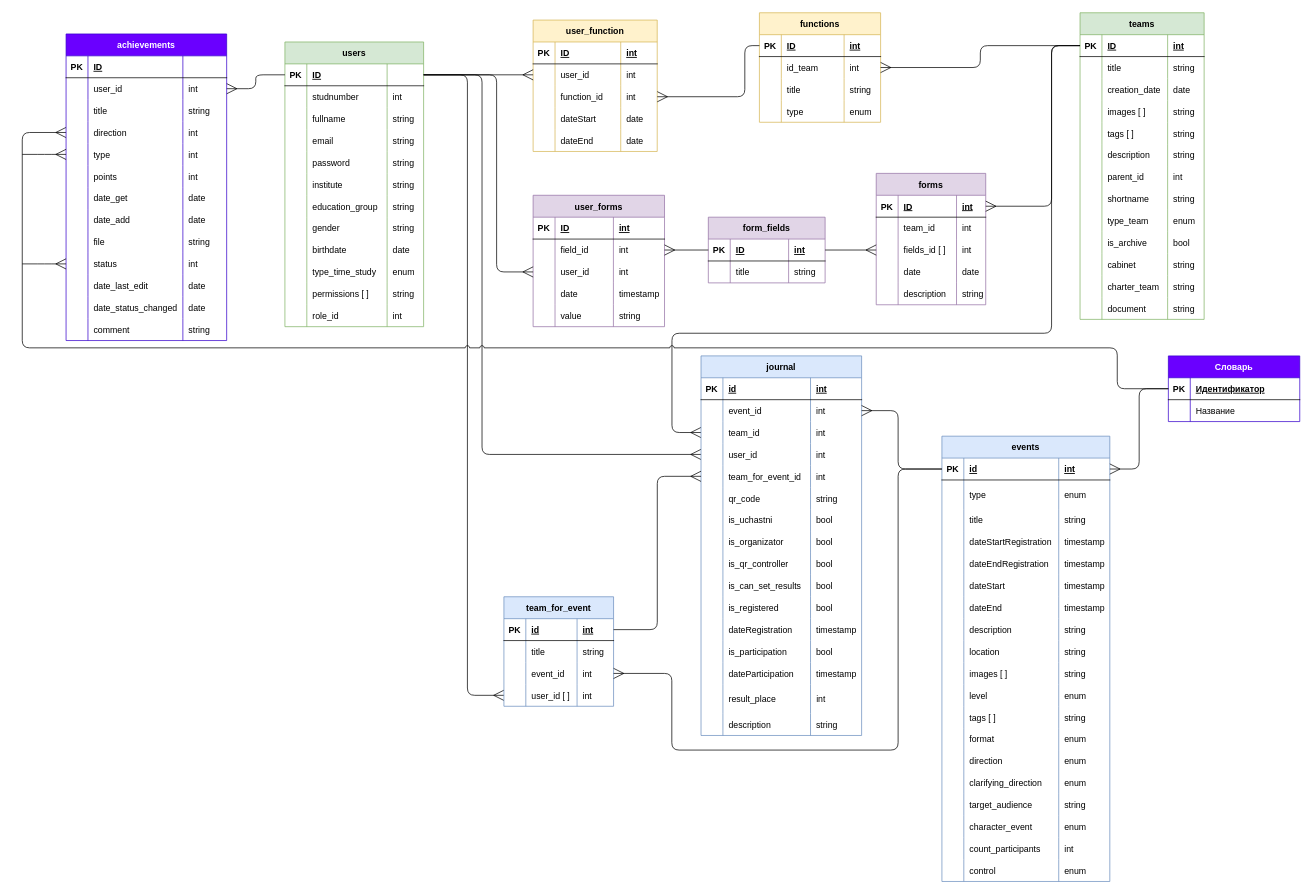
KomogortsevaYulia/Raiting-Teams-Events keeps this draw.io diagram as page "Физическая" (2 of 4) of Схема БД.drawio. Above is the earlier version. Source tidied: cells renumbered, new cells numbered last; positions are measured from the earlier drawing's top-left corner, leaving out a move shared by most shapes. Both pictures are drawn from the tidied source at 73%, with x=0, y=0 at pixel (22, 12).
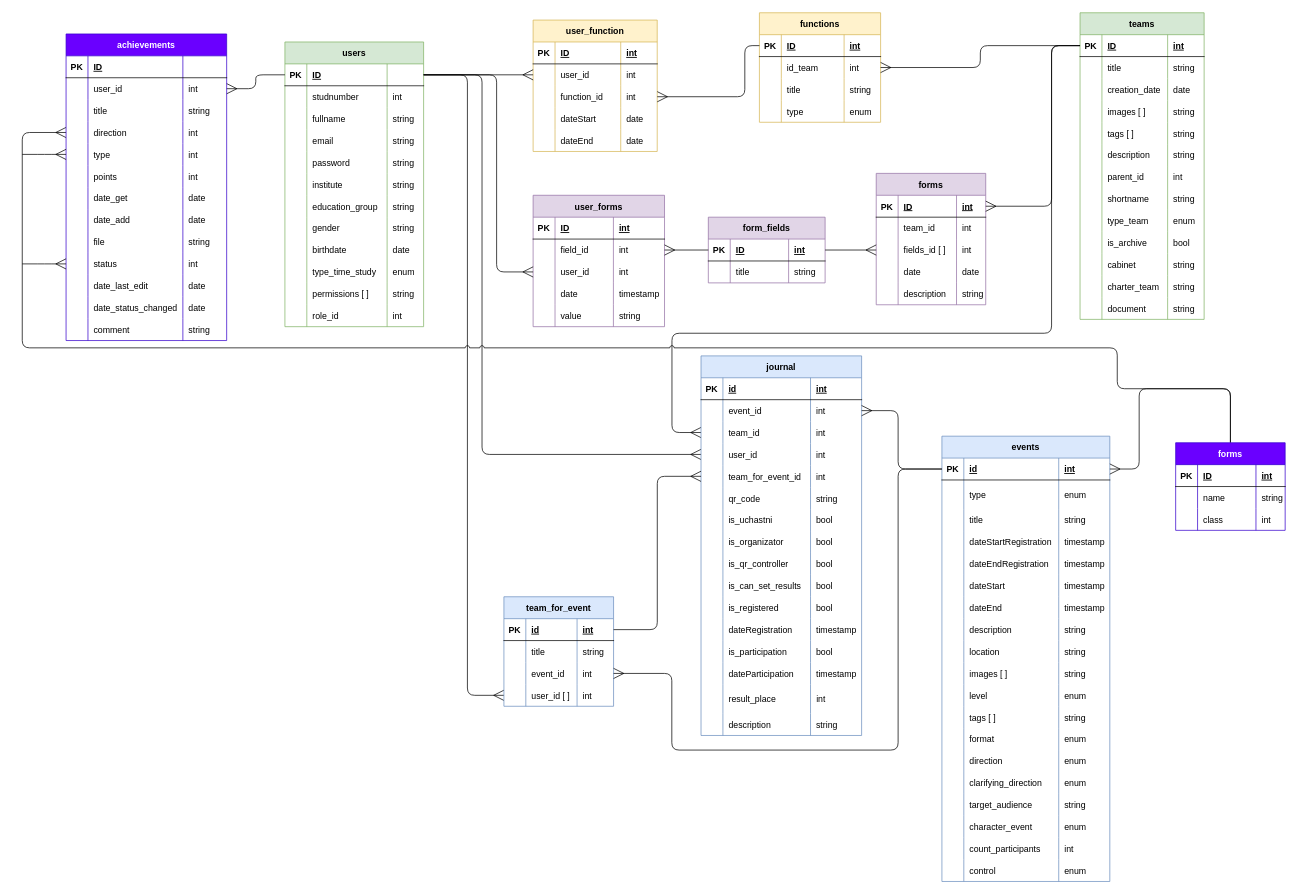
After the change.

Unchanged cells that the change refers to:
```xml
<mxCell id="204" style="shape=tableRow;horizontal=0;startSize=0;swimlaneHead=0;swimlaneBody=0;fillColor=none;points=[[0,0.5],[1,0.5]];portConstraint=eastwest;top=0;left=0;right=0;bottom=1;" parent="203" vertex="1">
  <mxGeometry y="30" width="230" height="30" as="geometry" />
</mxCell>
<mxCell id="388" style="shape=tableRow;horizontal=0;startSize=0;swimlaneHead=0;swimlaneBody=0;fillColor=none;points=[[0,0.5],[1,0.5]];portConstraint=eastwest;top=0;left=0;right=0;bottom=0;" parent="375" vertex="1">
  <mxGeometry y="120" width="220" height="30" as="geometry" />
</mxCell>
```

The edit, as a diff of the source:
```diff
@@
-    <mxCell id="365" value="Словарь" style="shape=table;startSize=30;childLayout=tableLayout;rowLines=0;fontStyle=1;align=center;fillColor=#6a00ff;strokeColor=#3700CC;fontColor=#ffffff;" parent="1" vertex="1">
-      <mxGeometry x="1570" y="470" width="180" height="90" as="geometry" />
-    </mxCell>
-    <mxCell id="366" style="shape=tableRow;horizontal=0;startSize=0;swimlaneHead=0;swimlaneBody=0;fillColor=none;points=[[0,0.5],[1,0.5]];portConstraint=eastwest;top=0;left=0;right=0;bottom=1;" parent="365" vertex="1">
-      <mxGeometry y="30" width="180" height="30" as="geometry" />
-    </mxCell>
-    <mxCell id="367" value="PK" style="shape=partialRectangle;fillColor=none;top=0;left=0;bottom=0;right=0;fontStyle=1;overflow=hidden;" parent="366" vertex="1">
-      <mxGeometry width="30" height="30" as="geometry" />
-    </mxCell>
-    <mxCell id="368" value="Идентификатор" style="shape=partialRectangle;fillColor=none;top=0;left=0;bottom=0;right=0;align=left;spacingLeft=6;fontStyle=5;overflow=hidden;" parent="366" vertex="1">
-      <mxGeometry x="30" width="150" height="30" as="geometry" />
-    </mxCell>
-    <mxCell id="369" style="shape=tableRow;horizontal=0;startSize=0;swimlaneHead=0;swimlaneBody=0;fillColor=none;top=0;left=0;right=0;bottom=0;" parent="365" vertex="1">
-      <mxGeometry y="60" width="180" height="30" as="geometry" />
-    </mxCell>
-    <mxCell id="370" style="shape=partialRectangle;fillColor=none;top=0;left=0;bottom=0;right=0;overflow=hidden;" parent="369" vertex="1">
-      <mxGeometry width="30" height="30" as="geometry" />
-    </mxCell>
-    <mxCell id="371" value="Название" style="shape=partialRectangle;fillColor=none;top=0;left=0;bottom=0;right=0;align=left;spacingLeft=6;overflow=hidden;" parent="369" vertex="1">
-      <mxGeometry x="30" width="150" height="30" as="geometry" />
-    </mxCell>
-    <mxCell id="372" style="edgeStyle=orthogonalEdgeStyle;html=1;strokeWidth=1;startArrow=none;startFill=0;endArrow=ERmany;endFill=0;startSize=12;endSize=12;jumpStyle=arc;exitX=0;exitY=0.5;exitDx=0;exitDy=0;entryX=1;entryY=0.5;entryDx=0;entryDy=0;" parent="1" edge="1" source="366" target="204">
+    <mxCell id="372" style="edgeStyle=orthogonalEdgeStyle;html=1;strokeWidth=1;startArrow=none;startFill=0;endArrow=ERmany;endFill=0;startSize=12;endSize=12;jumpStyle=arc;entryX=1;entryY=0.5;entryDx=0;entryDy=0;" parent="1" edge="1" source="430" target="204">
       <mxGeometry relative="1" as="geometry">
         <Array as="points">
+          <mxPoint x="1655" y="515" />
           <mxPoint x="1530" y="515" />
           <mxPoint x="1530" y="625" />
         </Array>
       </mxGeometry>
     </mxCell>
-    <mxCell id="373" style="edgeStyle=orthogonalEdgeStyle;html=1;strokeWidth=1;startArrow=none;startFill=0;endArrow=ERmany;endFill=0;startSize=12;endSize=12;jumpStyle=arc;exitX=0;exitY=0.5;exitDx=0;exitDy=0;entryX=0;entryY=0.5;entryDx=0;entryDy=0;" parent="1" edge="1" source="366" target="388">
+    <mxCell id="373" style="edgeStyle=orthogonalEdgeStyle;html=1;strokeWidth=1;startArrow=none;startFill=0;endArrow=ERmany;endFill=0;startSize=12;endSize=12;jumpStyle=arc;exitX=0.5;exitY=0;exitDx=0;exitDy=0;entryX=0;entryY=0.5;entryDx=0;entryDy=0;" parent="1" edge="1" source="430" target="388">
       <mxGeometry relative="1" as="geometry">
         <Array as="points">
+          <mxPoint x="1655" y="515" />
           <mxPoint x="1500" y="515" />
           <mxPoint x="1500" y="459" />
           <mxPoint y="459" />
           <mxPoint y="164" />
         </Array>
       </mxGeometry>
     </mxCell>
@@
+    <mxCell id="430" value="forms" style="shape=table;startSize=30;childLayout=tableLayout;rowLines=0;fontStyle=1;align=center;fillColor=#6a00ff;strokeColor=#3700CC;fontColor=#ffffff;" parent="1" vertex="1">
+      <mxGeometry x="1580" y="589" width="150" height="120" as="geometry" />
+    </mxCell>
+    <mxCell id="431" style="shape=tableRow;horizontal=0;startSize=0;swimlaneHead=0;swimlaneBody=0;fillColor=none;top=0;left=0;right=0;bottom=1;" parent="430" vertex="1">
+      <mxGeometry y="30" width="150" height="30" as="geometry" />
+    </mxCell>
+    <mxCell id="367" value="PK" style="shape=partialRectangle;fillColor=none;top=0;left=0;bottom=0;right=0;fontStyle=1;overflow=hidden;" parent="431" vertex="1">
+      <mxGeometry width="30" height="30" as="geometry" />
+    </mxCell>
+    <mxCell id="432" value="ID" style="shape=partialRectangle;fillColor=none;top=0;left=0;bottom=0;right=0;align=left;spacingLeft=6;fontStyle=5;overflow=hidden;" parent="431" vertex="1">
+      <mxGeometry x="30" width="80" height="30" as="geometry" />
+    </mxCell>
+    <mxCell id="433" value="int" style="shape=partialRectangle;fillColor=none;top=0;left=0;bottom=0;right=0;align=left;spacingLeft=6;fontStyle=5;overflow=hidden;" parent="431" vertex="1">
+      <mxGeometry x="110" width="40" height="30" as="geometry" />
+    </mxCell>
+    <mxCell id="434" style="shape=tableRow;horizontal=0;startSize=0;swimlaneHead=0;swimlaneBody=0;fillColor=none;top=0;left=0;right=0;bottom=0;" parent="430" vertex="1">
+      <mxGeometry y="60" width="150" height="30" as="geometry" />
+    </mxCell>
+    <mxCell id="435" style="shape=partialRectangle;fillColor=none;top=0;left=0;bottom=0;right=0;overflow=hidden;" parent="434" vertex="1">
+      <mxGeometry width="30" height="30" as="geometry" />
+    </mxCell>
+    <mxCell id="436" value="name" style="shape=partialRectangle;fillColor=none;top=0;left=0;bottom=0;right=0;align=left;spacingLeft=6;overflow=hidden;" parent="434" vertex="1">
+      <mxGeometry x="30" width="80" height="30" as="geometry" />
+    </mxCell>
+    <mxCell id="437" value="string" style="shape=partialRectangle;fillColor=none;top=0;left=0;bottom=0;right=0;align=left;spacingLeft=6;overflow=hidden;" parent="434" vertex="1">
+      <mxGeometry x="110" width="40" height="30" as="geometry" />
+    </mxCell>
+    <mxCell id="438" style="shape=tableRow;horizontal=0;startSize=0;swimlaneHead=0;swimlaneBody=0;fillColor=none;top=0;left=0;right=0;bottom=0;" parent="430" vertex="1">
+      <mxGeometry y="90" width="150" height="30" as="geometry" />
+    </mxCell>
+    <mxCell id="439" style="shape=partialRectangle;fillColor=none;top=0;left=0;bottom=0;right=0;overflow=hidden;" parent="438" vertex="1">
+      <mxGeometry width="30" height="30" as="geometry" />
+    </mxCell>
+    <mxCell id="440" value="class" style="shape=partialRectangle;fillColor=none;top=0;left=0;bottom=0;right=0;align=left;spacingLeft=6;overflow=hidden;" parent="438" vertex="1">
+      <mxGeometry x="30" width="80" height="30" as="geometry" />
+    </mxCell>
+    <mxCell id="441" value="int" style="shape=partialRectangle;fillColor=none;top=0;left=0;bottom=0;right=0;align=left;spacingLeft=6;overflow=hidden;" parent="438" vertex="1">
+      <mxGeometry x="110" width="40" height="30" as="geometry" />
+    </mxCell>
```
